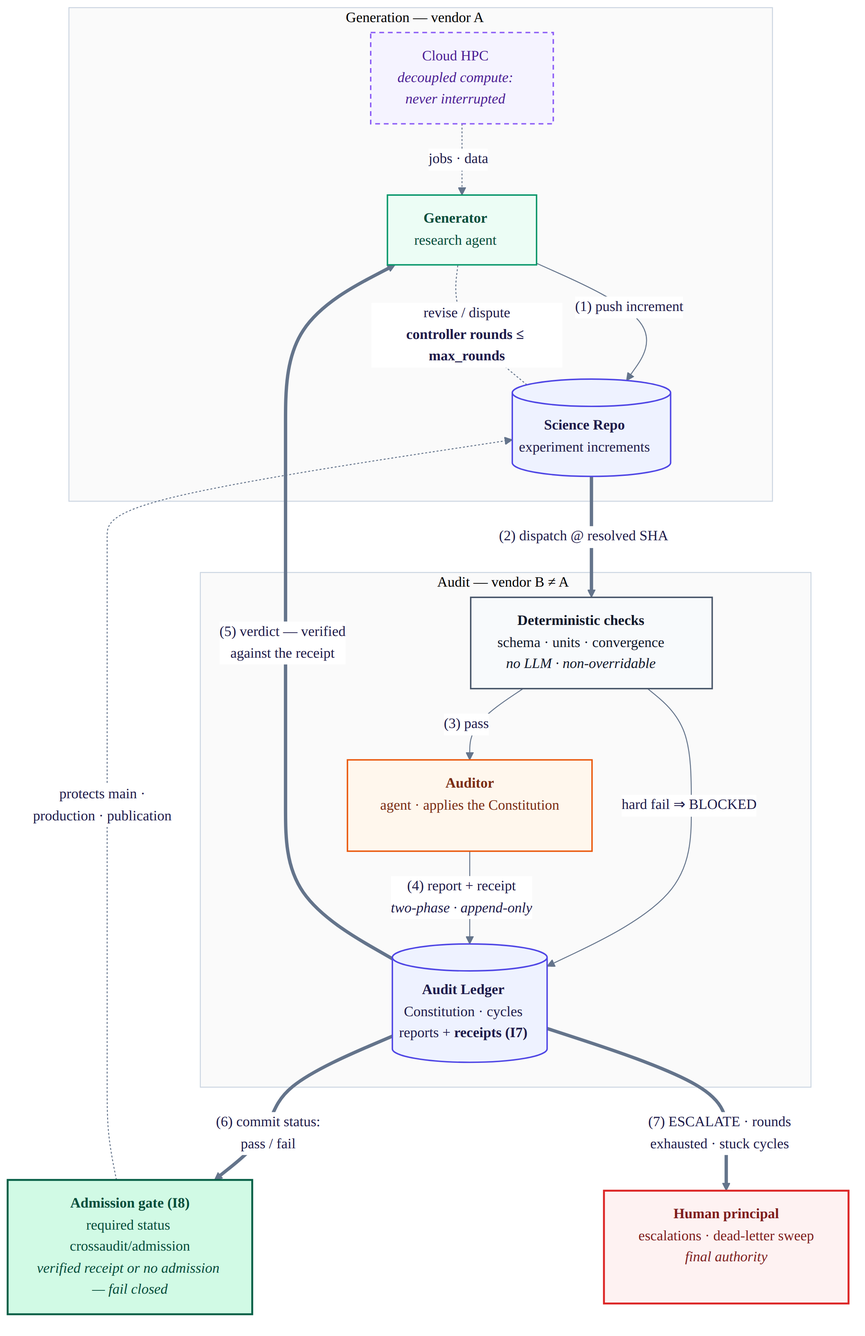
Before: diagrams/architecture.png, a diagram exported from Mermaid (dongzhaohe321418-lab/crossaudit). Its source is kept beside it as diagrams/architecture.mmd.
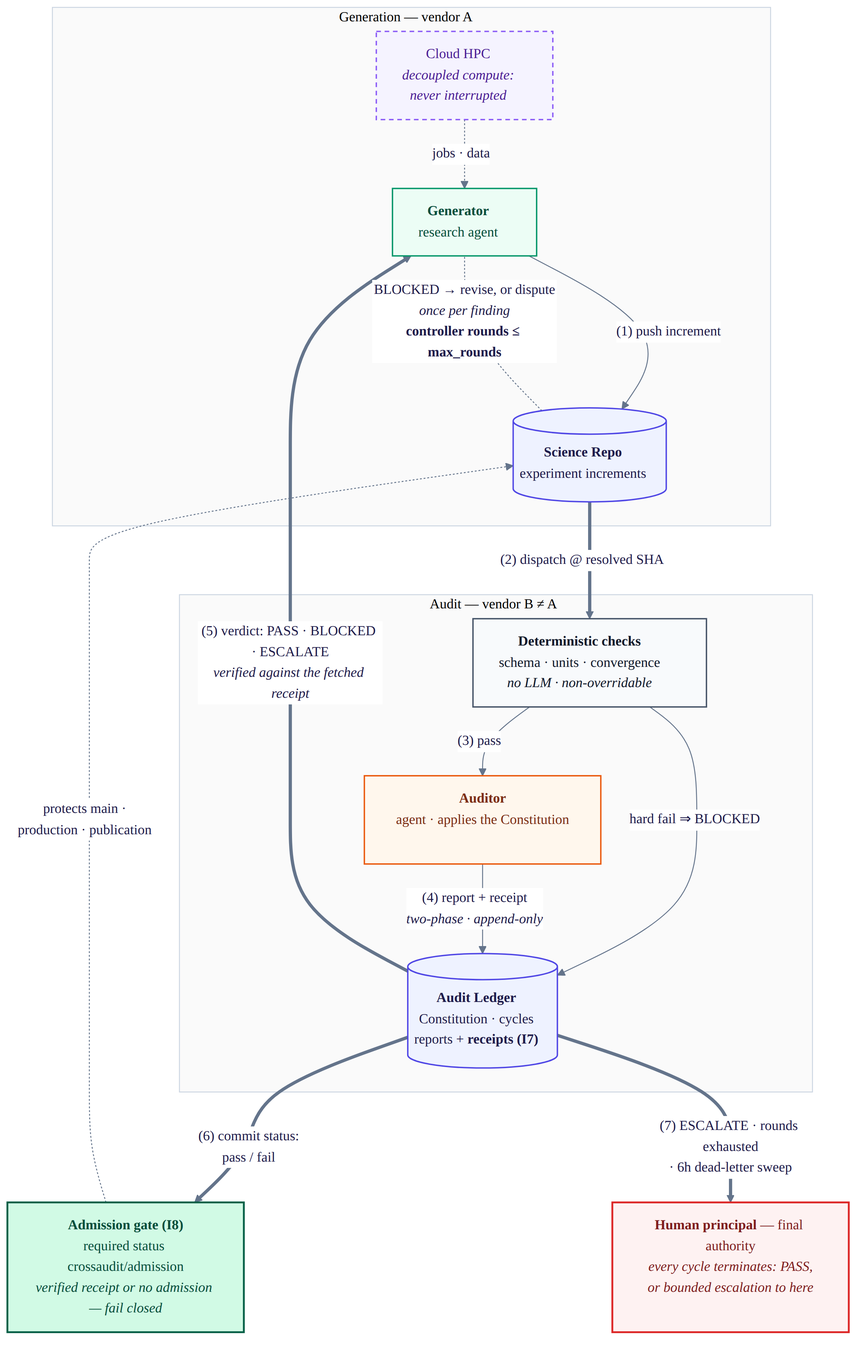
Later version of the same file.

Commit message:
Figures: full termination logic chain — three-way verdict, one-shot dispute, controller round bound, 6h dead-letter, structural-termination statement in human node and caption

Change to the diagram source:
```diff
@@ -25,7 +25,7 @@
         S[("<b>Science Repo</b><br/>experiment increments")]:::repo
         HPC -. "jobs · data" .-> G
         G -- "(1) push increment" --> S
-        S -. "revise / dispute<br/><b>controller rounds ≤ max_rounds</b>" .- G
+        S -. "BLOCKED → revise, or dispute<br/><i>once per finding</i><br/><b>controller rounds ≤ max_rounds</b>" .- G
     end
 
     subgraph AUD["  Audit — vendor B ≠ A  "]
@@ -39,10 +39,10 @@
     end
 
     GATE["<b>Admission gate (I8)</b><br/>required status crossaudit/admission<br/><i>verified receipt or no admission — fail closed</i>"]:::gate
-    H["<b>Human principal</b><br/>escalations · dead-letter sweep<br/><i>final authority</i>"]:::human
+    H["<b>Human principal</b> — final authority<br/><i>every cycle terminates: PASS,<br/>or bounded escalation to here</i>"]:::human
 
     S == "(2) dispatch @ resolved SHA" ==> D
-    R == "(5) verdict — verified<br/>against the receipt" ==> G
+    R == "(5) verdict: PASS · BLOCKED · ESCALATE<br/><i>verified against the fetched receipt</i>" ==> G
     R == "(6) commit status:<br/>pass / fail" ==> GATE
     GATE -. "protects main ·<br/>production · publication" .-> S
-    R == "(7) ESCALATE · rounds<br/>exhausted · stuck cycles" ==> H
+    R == "(7) ESCALATE · rounds exhausted<br/>· 6h dead-letter sweep" ==> H
```
